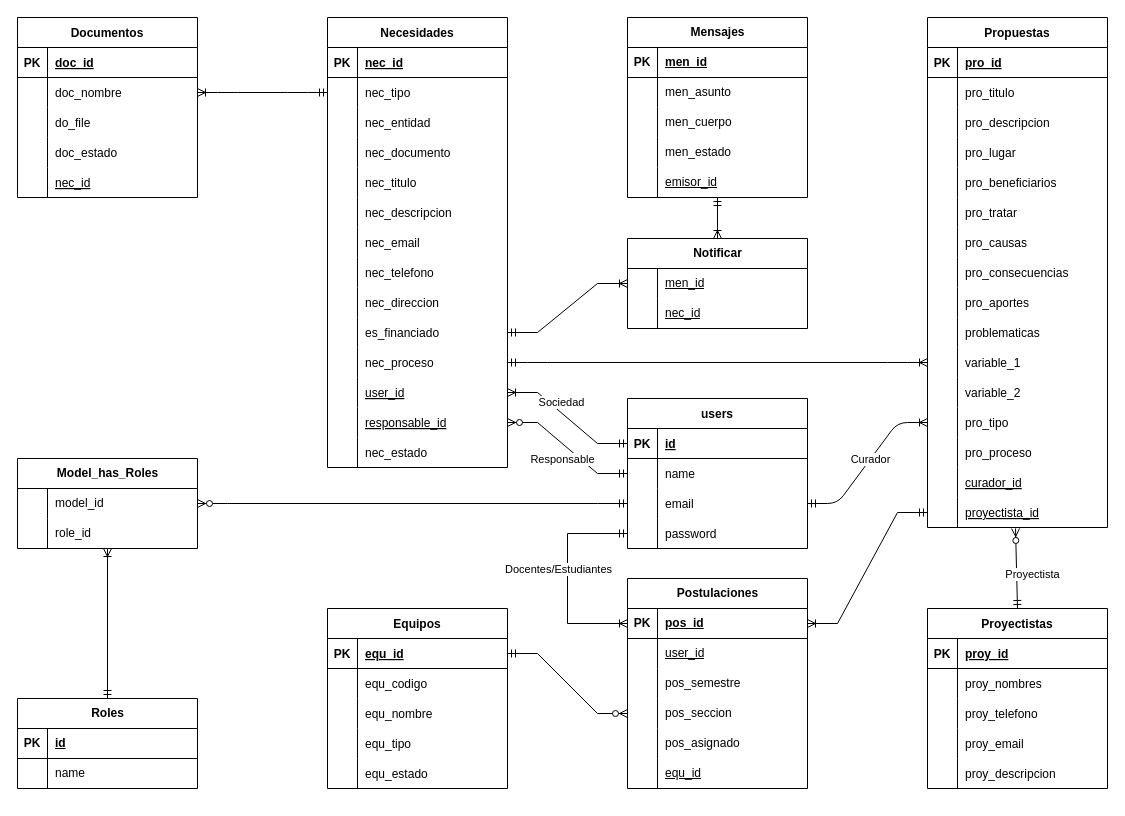
Before: database.drawio in Transformacion-Digital-UDH/Ideas, a draw.io diagram. Source tidied: cells renumbered, new cells numbered last; positions are measured from the earlier drawing's top-left corner, leaving out a move shared by most shapes. Both pictures are drawn from the tidied source at 100%, with x=0, y=0 at pixel (17, 17).
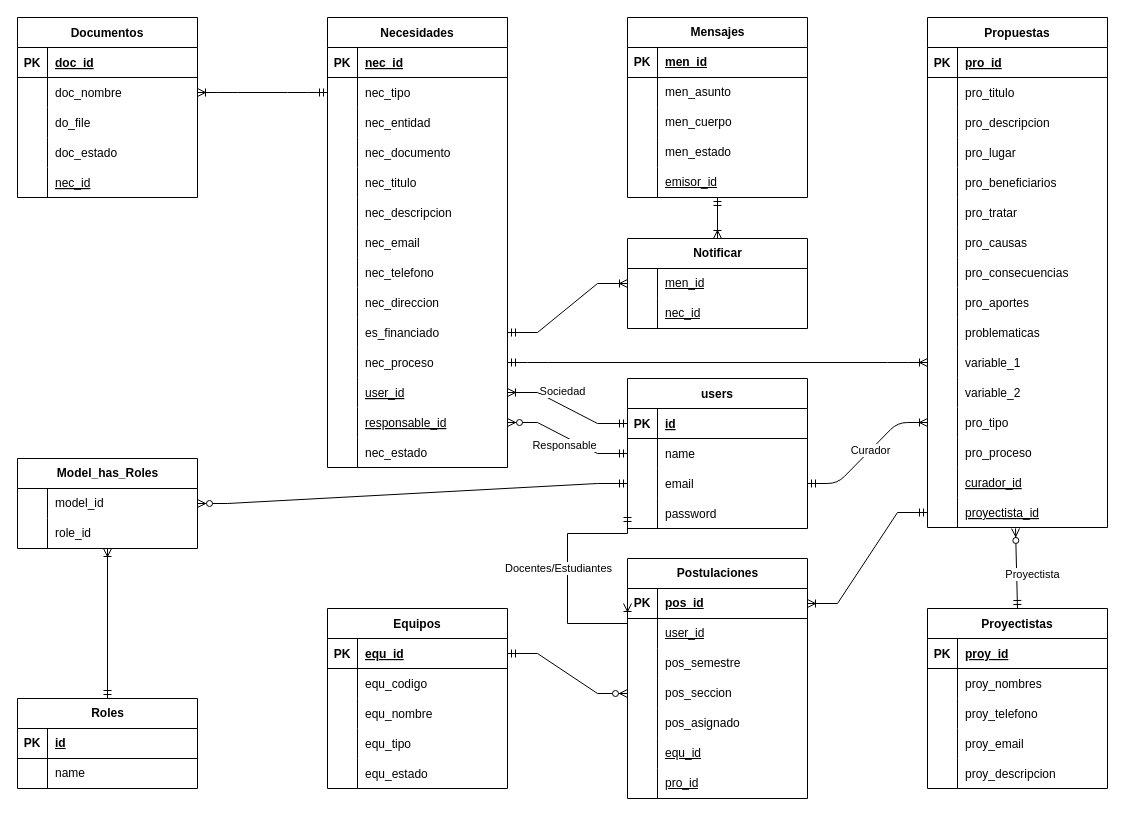
The same diagram, later.

What changed in the source:
```diff
@@
     <mxCell id="95" value="users" style="shape=table;startSize=30;childLayout=tableLayout;rowLines=0;fontStyle=1;align=center;" parent="1" vertex="1">
-      <mxGeometry x="610" y="381" width="180" height="150" as="geometry" />
+      <mxGeometry x="610" y="361" width="180" height="150" as="geometry" />
     </mxCell>
@@
     <mxCell id="159" value="Postulaciones" style="shape=table;startSize=30;childLayout=tableLayout;rowLines=0;fontStyle=1;align=center;html=1;" parent="1" vertex="1">
-      <mxGeometry x="610" y="561" width="180" height="210" as="geometry" />
+      <mxGeometry x="610" y="541" width="180" height="240" as="geometry" />
     </mxCell>
@@
+    <mxCell id="229" style="shape=tableRow;horizontal=0;startSize=0;swimlaneHead=0;swimlaneBody=0;fillColor=none;top=0;left=0;right=0;bottom=0;" parent="159" vertex="1">
+      <mxGeometry y="180" width="180" height="30" as="geometry" />
+    </mxCell>
+    <mxCell id="230" style="shape=partialRectangle;fillColor=none;top=0;left=0;bottom=0;right=0;overflow=hidden;whiteSpace=wrap;html=1;" parent="229" vertex="1">
+      <mxGeometry width="30" height="30" as="geometry" />
+    </mxCell>
+    <mxCell id="231" value="&lt;u&gt;equ_id&lt;/u&gt;" style="shape=partialRectangle;fillColor=none;top=0;left=0;bottom=0;right=0;align=left;spacingLeft=6;overflow=hidden;whiteSpace=wrap;html=1;" parent="229" vertex="1">
+      <mxGeometry x="30" width="150" height="30" as="geometry" />
+    </mxCell>
     <mxCell id="175" style="shape=tableRow;horizontal=0;startSize=0;swimlaneHead=0;swimlaneBody=0;fillColor=none;top=0;left=0;right=0;bottom=0;" parent="159" vertex="1">
-      <mxGeometry y="180" width="180" height="30" as="geometry" />
+      <mxGeometry y="210" width="180" height="30" as="geometry" />
     </mxCell>
@@
-    <mxCell id="177" value="&lt;u&gt;equ_id&lt;/u&gt;" style="shape=partialRectangle;fillColor=none;top=0;left=0;bottom=0;right=0;align=left;spacingLeft=6;overflow=hidden;whiteSpace=wrap;html=1;" parent="175" vertex="1">
+    <mxCell id="177" value="&lt;u&gt;pro_id&lt;/u&gt;" style="shape=partialRectangle;fillColor=none;top=0;left=0;bottom=0;right=0;align=left;spacingLeft=6;overflow=hidden;whiteSpace=wrap;html=1;" parent="175" vertex="1">
       <mxGeometry x="30" width="150" height="30" as="geometry" />
     </mxCell>
```
